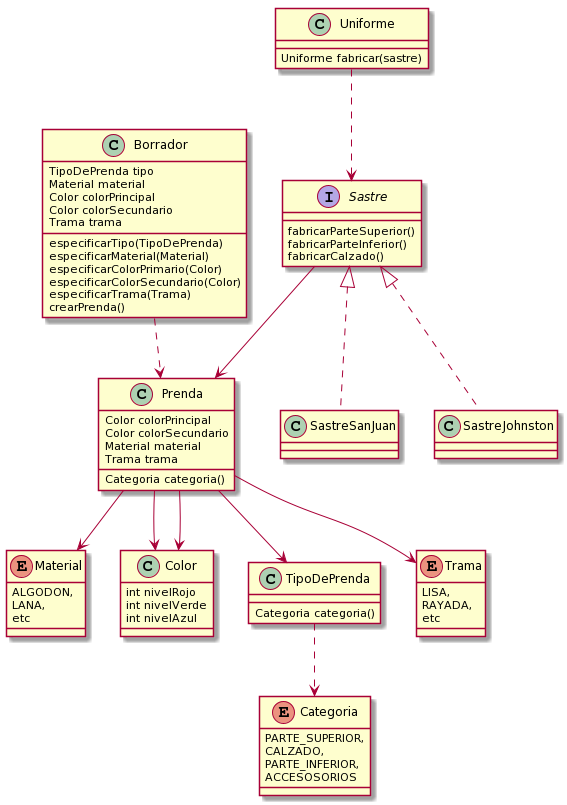
brianUtn98/Que-me-pongo keeps this PlantUML diagram as diagDeClasesIt2.png. Above is the earlier version. The source it was exported from:
```plantuml
@startuml
Enum Material {
ALGODON,
LANA,
etc
}
Class Prenda {
Color colorPrincipal
Color colorSecundario
Material material
Trama trama
Categoria categoria()

}
Class Color{
int nivelRojo
int nivelVerde
int nivelAzul
}

Class TipoDePrenda{
Categoria categoria()
}

Enum Categoria{
PARTE_SUPERIOR,
CALZADO,
PARTE_INFERIOR,
ACCESOSORIOS
}

Enum Trama{
LISA,
RAYADA,
etc
}

Class Borrador {
TipoDePrenda tipo
Material material
Color colorPrincipal
Color colorSecundario
Trama trama

especificarTipo(TipoDePrenda)
especificarMaterial(Material)
especificarColorPrimario(Color)
especificarColorSecundario(Color)
especificarTrama(Trama)
crearPrenda()
}

Class Uniforme{
Uniforme fabricar(sastre)
}

Interface Sastre{
fabricarParteSuperior()
fabricarParteInferior()
fabricarCalzado()
}

Class SastreSanJuan{

}

Class SastreJohnston {

}

Prenda --> Material
Prenda --> TipoDePrenda
Prenda --> Color
Prenda --> Color
Prenda --> Trama
Borrador ..> Prenda
TipoDePrenda ..> Categoria

Uniforme ..> Sastre
Sastre <|.. SastreSanJuan
Sastre <|.. SastreJohnston
Sastre --> Prenda
@enduml
```
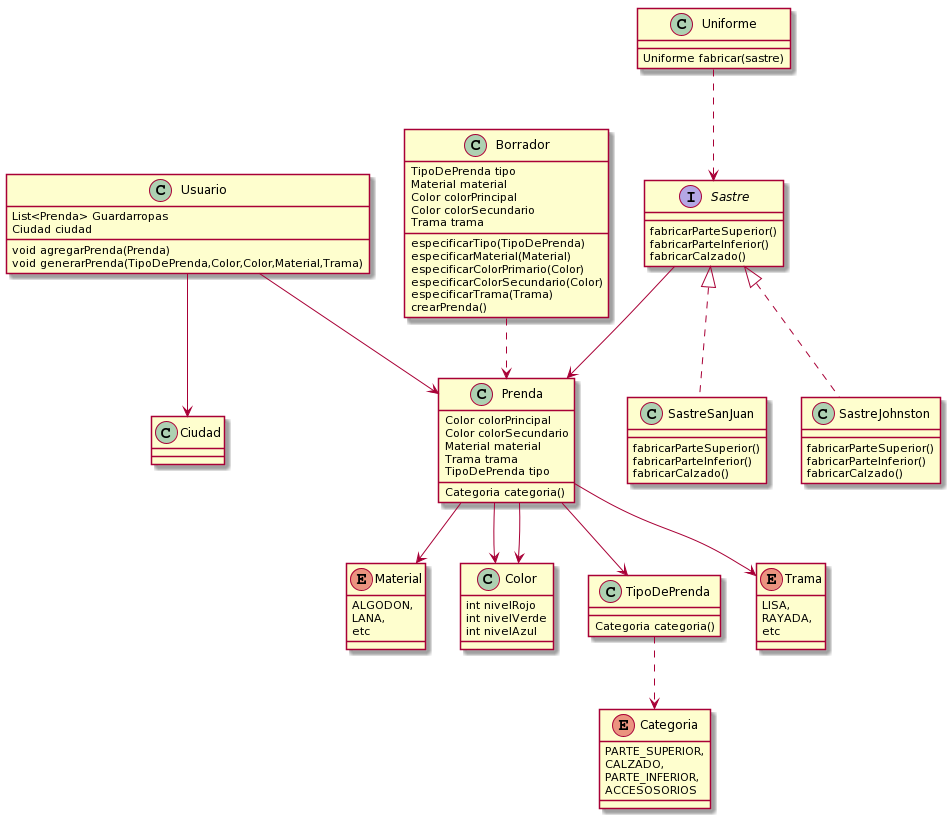
The same diagram one commit later.

Commit message:
diag de clases actualizado

The edit, as a diff of the source:
```diff
@@ -1,4 +1,17 @@
 @startuml
+class Usuario{
+List<Prenda> Guardarropas
+Ciudad ciudad
+
+void agregarPrenda(Prenda)
+void generarPrenda(TipoDePrenda,Color,Color,Material,Trama)
+
+}
+
+class Ciudad{
+
+}
+
 Enum Material {
 ALGODON,
 LANA,
@@ -9,6 +22,7 @@
 Color colorSecundario
 Material material
 Trama trama
+TipoDePrenda tipo
 Categoria categoria()
 
 }
@@ -61,12 +75,19 @@
 }
 
 Class SastreSanJuan{
-
+fabricarParteSuperior()
+fabricarParteInferior()
+fabricarCalzado()
 }
 
 Class SastreJohnston {
+fabricarParteSuperior()
+fabricarParteInferior()
+fabricarCalzado()
+}
 
-}
+Usuario --> Prenda
+Usuario --> Ciudad
 
 Prenda --> Material
 Prenda --> TipoDePrenda
```
